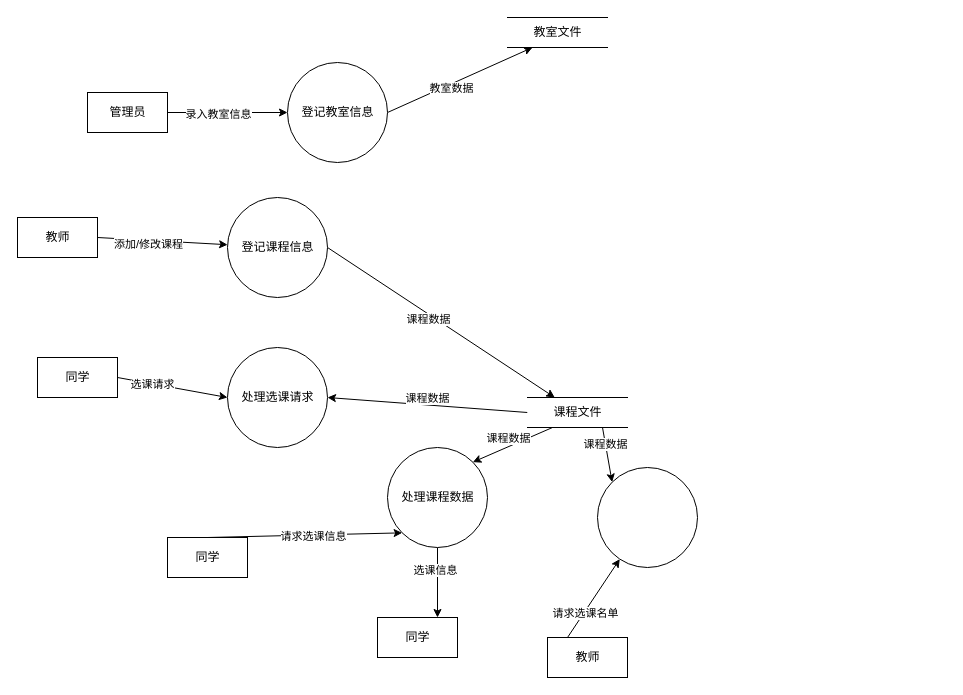
Above: 选修课安排系统第一层数据流图.drawio in xinhecuican/draw (draw.io), before the change. Source tidied: cells renumbered, new cells numbered last; positions are measured from the earlier drawing's top-left corner, leaving out a move shared by most shapes. Both pictures are drawn from the tidied source at 100%, with x=0, y=0 at pixel (17, 17).
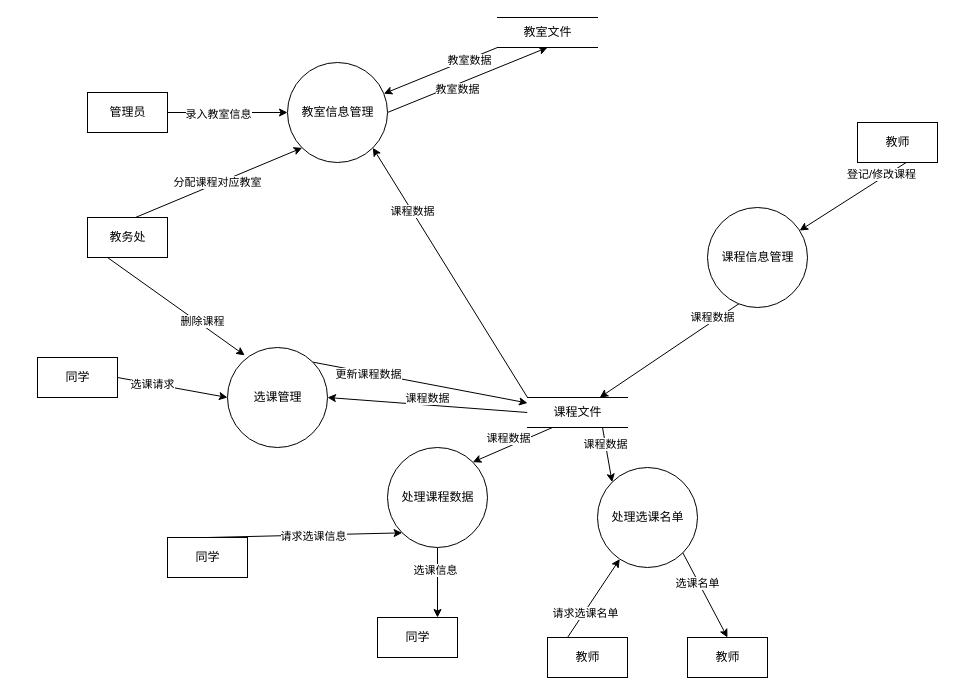
After the change.

Commit message (it also covers changes not shown here):
更新选修课安排系统第一层数据流图.drawio

The change refers to these unchanged cells:
```xml
<mxCell id="9" style="edgeStyle=none;rounded=0;jettySize=auto;html=1;exitX=1;exitY=0.5;exitDx=0;exitDy=0;" parent="1" edge="1" source="11" target="14">
  <mxGeometry relative="1" as="geometry" />
</mxCell>
<mxCell id="20" value="课程文件" style="html=1;dashed=0;whitespace=wrap;shape=partialRectangle;right=0;left=0;rotation=0;" parent="1" vertex="1">
  <mxGeometry x="510" y="380" width="100" height="30" as="geometry" />
</mxCell>
```

The edit, as a diff of the source:
```diff
@@
-    <mxCell id="5" style="edgeStyle=none;rounded=0;jettySize=auto;html=1;exitX=1;exitY=0.5;exitDx=0;exitDy=0;entryX=0.25;entryY=1;entryDx=0;entryDy=0;" parent="1" edge="1" source="7" target="8">
+    <mxCell id="5" style="edgeStyle=none;rounded=0;jettySize=auto;html=1;exitX=1;exitY=0.5;exitDx=0;exitDy=0;entryX=0.5;entryY=1;entryDx=0;entryDy=0;" parent="1" edge="1" source="7" target="8">
       <mxGeometry relative="1" as="geometry" />
     </mxCell>
@@
-    <mxCell id="7" value="登记教室信息" style="shape=ellipse;html=1;dashed=0;whitespace=wrap;perimeter=ellipsePerimeter;" parent="1" vertex="1">
+    <mxCell id="7" value="教室信息管理" style="shape=ellipse;html=1;dashed=0;whitespace=wrap;perimeter=ellipsePerimeter;" parent="1" vertex="1">
       <mxGeometry x="270" y="45" width="100" height="100" as="geometry" />
     </mxCell>
+    <mxCell id="37" style="edgeStyle=none;rounded=0;jettySize=auto;html=1;exitX=0;exitY=1;exitDx=0;exitDy=0;" parent="1" edge="1" source="8" target="7">
+      <mxGeometry relative="1" as="geometry" />
+    </mxCell>
+    <mxCell id="38" value="教室数据" style="edgeLabel;html=1;align=center;verticalAlign=middle;" parent="37" vertex="1">
+      <mxGeometry x="-0.49" y="1" relative="1" as="geometry" />
+    </mxCell>
     <mxCell id="8" value="教室文件" style="html=1;dashed=0;whitespace=wrap;shape=partialRectangle;right=0;left=0;rotation=0;" parent="1" vertex="1">
-      <mxGeometry x="490" width="100" height="30" as="geometry" />
+      <mxGeometry x="480" width="100" height="30" as="geometry" />
     </mxCell>
@@
-    <mxCell id="10" value="添加/修改课程" style="edgeLabel;html=1;align=center;verticalAlign=middle;" parent="9" vertex="1">
+    <mxCell id="10" value="登记/修改课程" style="edgeLabel;html=1;align=center;verticalAlign=middle;" parent="9" vertex="1">
       <mxGeometry x="-0.21" y="-4" relative="1" as="geometry" />
     </mxCell>
     <mxCell id="11" value="教师" style="html=1;dashed=0;whitespace=wrap;" parent="1" vertex="1">
-      <mxGeometry y="200" width="80" height="40" as="geometry" />
+      <mxGeometry x="840" y="105" width="80" height="40" as="geometry" />
     </mxCell>
@@
-    <mxCell id="14" value="登记课程信息" style="shape=ellipse;html=1;dashed=0;whitespace=wrap;perimeter=ellipsePerimeter;" parent="1" vertex="1">
-      <mxGeometry x="210" y="180" width="100" height="100" as="geometry" />
+    <mxCell id="14" value="课程信息管理" style="shape=ellipse;html=1;dashed=0;whitespace=wrap;perimeter=ellipsePerimeter;" parent="1" vertex="1">
+      <mxGeometry x="690" y="190" width="100" height="100" as="geometry" />
     </mxCell>
@@
+    <mxCell id="39" style="edgeStyle=none;rounded=0;jettySize=auto;html=1;exitX=0;exitY=0;exitDx=0;exitDy=0;entryX=1;entryY=1;entryDx=0;entryDy=0;" parent="1" edge="1" source="20" target="7">
+      <mxGeometry relative="1" as="geometry" />
+    </mxCell>
+    <mxCell id="40" value="课程数据" style="edgeLabel;html=1;align=center;verticalAlign=middle;" parent="39" vertex="1">
+      <mxGeometry x="0.49" relative="1" as="geometry" />
+    </mxCell>
@@
+    <mxCell id="41" style="edgeStyle=none;rounded=0;jettySize=auto;html=1;exitX=1;exitY=0;exitDx=0;exitDy=0;" parent="1" edge="1" source="24" target="20">
+      <mxGeometry relative="1" as="geometry" />
+    </mxCell>
+    <mxCell id="42" value="更新课程数据" style="edgeLabel;html=1;align=center;verticalAlign=middle;" parent="41" vertex="1">
+      <mxGeometry x="-0.49" y="-1" relative="1" as="geometry" />
+    </mxCell>
-    <mxCell id="24" value="处理选课请求" style="shape=ellipse;html=1;dashed=0;whitespace=wrap;perimeter=ellipsePerimeter;" parent="1" vertex="1">
+    <mxCell id="24" value="选课管理" style="shape=ellipse;html=1;dashed=0;whitespace=wrap;perimeter=ellipsePerimeter;" parent="1" vertex="1">
       <mxGeometry x="210" y="330" width="100" height="100" as="geometry" />
     </mxCell>
@@
+    <mxCell id="43" style="edgeStyle=none;rounded=0;jettySize=auto;html=1;exitX=1;exitY=1;exitDx=0;exitDy=0;entryX=0.5;entryY=0;entryDx=0;entryDy=0;" parent="1" edge="1" source="35" target="45">
+      <mxGeometry relative="1" as="geometry" />
+    </mxCell>
+    <mxCell id="44" value="选课名单" style="edgeLabel;html=1;align=center;verticalAlign=middle;" parent="43" vertex="1">
+      <mxGeometry x="-0.32" y="-1" relative="1" as="geometry" />
+    </mxCell>
-    <mxCell id="35" style="shape=ellipse;html=1;dashed=0;whitespace=wrap;perimeter=ellipsePerimeter;" parent="1" vertex="1">
+    <mxCell id="35" value="处理选课名单" style="shape=ellipse;html=1;dashed=0;whitespace=wrap;perimeter=ellipsePerimeter;" parent="1" vertex="1">
       <mxGeometry x="580" y="450" width="100" height="100" as="geometry" />
     </mxCell>
@@
+    <mxCell id="45" value="教师" style="html=1;dashed=0;whitespace=wrap;" parent="1" vertex="1">
+      <mxGeometry x="670" y="620" width="80" height="40" as="geometry" />
+    </mxCell>
+    <mxCell id="46" style="edgeStyle=none;rounded=0;jettySize=auto;html=1;exitX=0.25;exitY=1;exitDx=0;exitDy=0;entryX=0.172;entryY=0.078;entryDx=0;entryDy=0;entryPerimeter=0;" parent="1" edge="1" source="50" target="24">
+      <mxGeometry relative="1" as="geometry" />
+    </mxCell>
+    <mxCell id="47" value="删除课程" style="edgeLabel;html=1;align=center;verticalAlign=middle;" parent="46" vertex="1">
+      <mxGeometry x="0.35" y="3" relative="1" as="geometry" />
+    </mxCell>
+    <mxCell id="48" style="edgeStyle=none;rounded=0;jettySize=auto;html=1;exitX=0;exitY=0.5;exitDx=0;exitDy=0;entryX=0;entryY=1;entryDx=0;entryDy=0;" parent="1" edge="1" source="50" target="7">
+      <mxGeometry relative="1" as="geometry" />
+    </mxCell>
+    <mxCell id="49" value="分配课程对应教室" style="edgeLabel;html=1;align=center;verticalAlign=middle;" parent="48" vertex="1">
+      <mxGeometry x="0.21" y="1" relative="1" as="geometry" />
+    </mxCell>
+    <mxCell id="50" value="教务处" style="html=1;dashed=0;whitespace=wrap;" parent="1" vertex="1">
+      <mxGeometry x="70" y="200" width="80" height="40" as="geometry" />
+    </mxCell>
+    <mxCell id="51" style="edgeStyle=none;rounded=0;orthogonalLoop=1;jettySize=auto;html=1;exitX=0.5;exitY=1;exitDx=0;exitDy=0;" parent="1" edge="1" source="50" target="50">
+      <mxGeometry relative="1" as="geometry" />
+    </mxCell>
```
